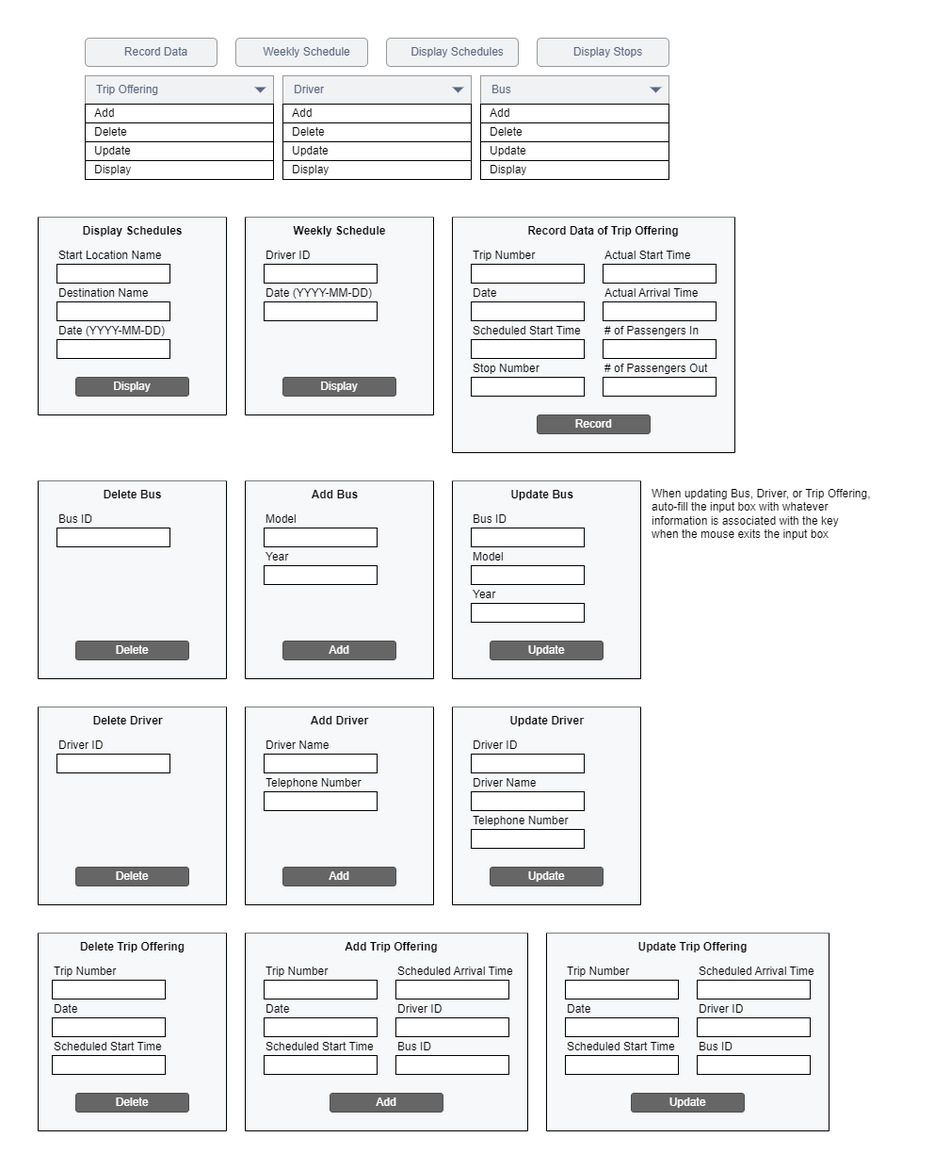
Above: Notes/PTS Storyboard.png in NoleSerrano/Transit-System (draw.io), before the change. Source tidied: cells renumbered, new cells last; positions are measured from the earlier drawing's top-left corner, leaving out a move shared by most shapes.
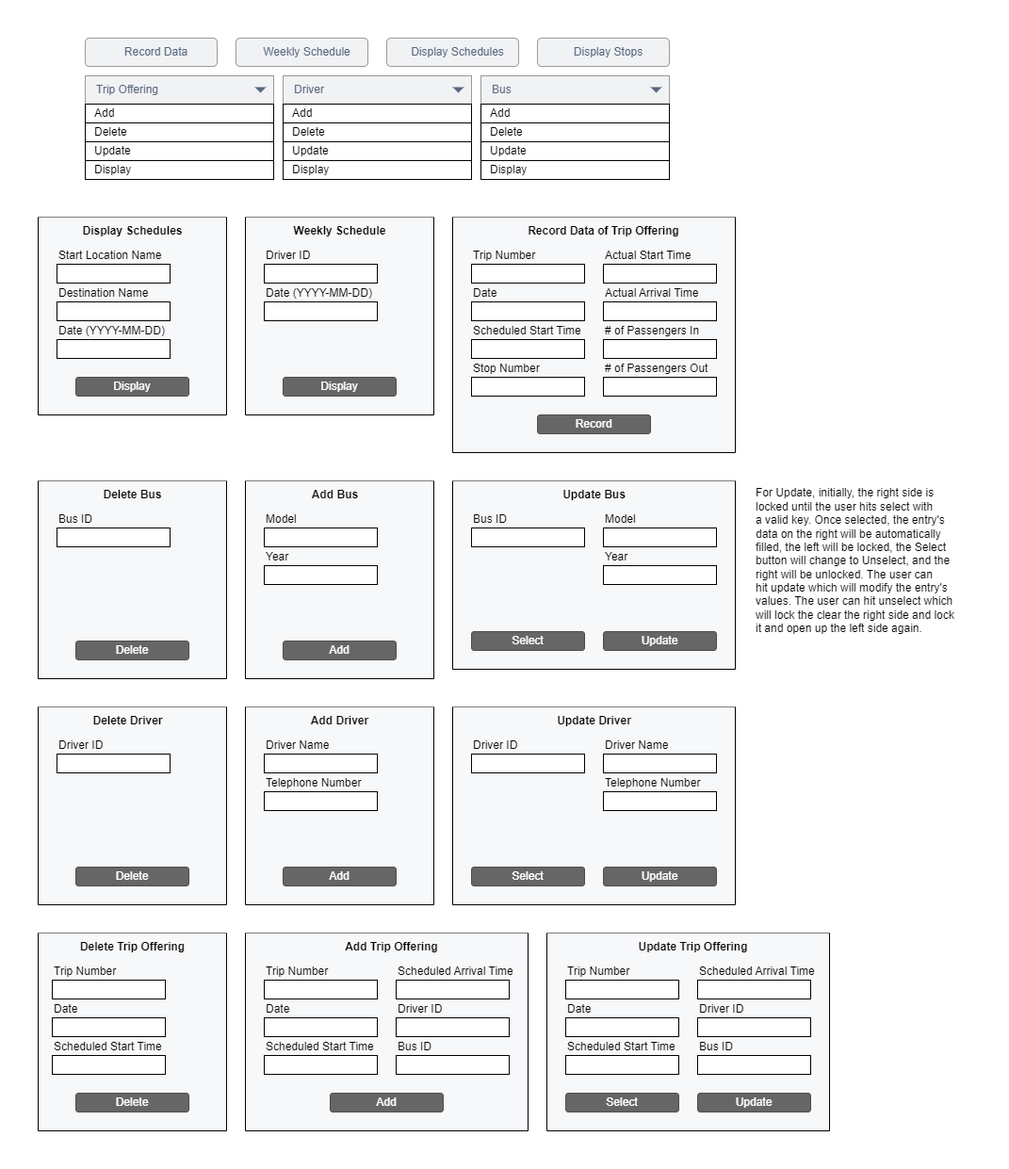
The same file after the commit.

Diff of the diagram source:
```diff
@@ -45,8 +45,11 @@
       <mxGeometry x="160" y="60" width="70" height="30" as="geometry" />
     </mxCell>
     <mxCell id="16" value="Update" style="rounded=1;html=1;shadow=0;dashed=0;whiteSpace=wrap;fontSize=12;fillColor=#666666;align=center;strokeColor=#4D4D4D;fontColor=#ffffff;" parent="2" vertex="1">
-      <mxGeometry x="90" y="170" width="120" height="20" as="geometry" />
+      <mxGeometry x="160" y="170" width="120" height="20" as="geometry" />
     </mxCell>
+    <mxCell id="141" value="Select" style="rounded=1;html=1;shadow=0;dashed=0;whiteSpace=wrap;fontSize=12;fillColor=#666666;align=center;strokeColor=#4D4D4D;fontColor=#ffffff;" parent="2" vertex="1">
+      <mxGeometry x="20" y="170" width="120" height="20" as="geometry" />
+    </mxCell>
     <mxCell id="17" value="Trip Offering" style="rounded=0;fillColor=#F1F2F4;strokeColor=#999999;html=1;fontColor=#596780;align=left;fontSize=12;spacingLeft=10;sketch=0;" parent="1" vertex="1">
       <mxGeometry x="50" y="40" width="200" height="30" as="geometry" />
     </mxCell>
@@ -360,10 +363,10 @@
       <mxGeometry x="90" y="170" width="120" height="20" as="geometry" />
     </mxCell>
     <mxCell id="119" style="swimlane;startSize=0;fontSize=12;swimlaneFillColor=#F7F8FA;" parent="1" vertex="1">
-      <mxGeometry x="440" y="470" width="200" height="210" as="geometry" />
+      <mxGeometry x="440" y="470" width="300" height="200" as="geometry" />
     </mxCell>
     <mxCell id="120" value="Update Bus" style="text;html=1;align=center;verticalAlign=middle;strokeColor=none;fillColor=none;fontSize=12;fontStyle=1;" parent="119" vertex="1">
-      <mxGeometry x="50" width="90" height="30" as="geometry" />
+      <mxGeometry x="105" width="90" height="30" as="geometry" />
     </mxCell>
     <mxCell id="121" value="Bus ID" style="text;html=1;align=left;verticalAlign=bottom;strokeColor=none;fillColor=none;" parent="119" vertex="1">
       <mxGeometry x="20" y="20" width="60" height="30" as="geometry" />
@@ -372,50 +375,53 @@
       <mxGeometry x="20" y="50" width="120" height="20" as="geometry" />
     </mxCell>
     <mxCell id="123" value="Model" style="text;html=1;align=left;verticalAlign=bottom;strokeColor=none;fillColor=none;" parent="119" vertex="1">
-      <mxGeometry x="20" y="60" width="60" height="30" as="geometry" />
+      <mxGeometry x="160" y="20" width="60" height="30" as="geometry" />
     </mxCell>
     <mxCell id="124" style="rounded=0;whiteSpace=wrap;html=1;" parent="119" vertex="1">
-      <mxGeometry x="20" y="90" width="120" height="20" as="geometry" />
+      <mxGeometry x="160" y="50" width="120" height="20" as="geometry" />
     </mxCell>
     <mxCell id="125" value="Year" style="text;html=1;align=left;verticalAlign=bottom;strokeColor=none;fillColor=none;" parent="119" vertex="1">
-      <mxGeometry x="20" y="100" width="50" height="30" as="geometry" />
+      <mxGeometry x="160" y="60" width="50" height="30" as="geometry" />
     </mxCell>
     <mxCell id="126" style="rounded=0;whiteSpace=wrap;html=1;" parent="119" vertex="1">
-      <mxGeometry x="20" y="130" width="120" height="20" as="geometry" />
+      <mxGeometry x="160" y="90" width="120" height="20" as="geometry" />
     </mxCell>
     <mxCell id="127" value="Update" style="rounded=1;html=1;shadow=0;dashed=0;whiteSpace=wrap;fontSize=12;fillColor=#666666;align=center;strokeColor=#4D4D4D;fontColor=#ffffff;" parent="119" vertex="1">
-      <mxGeometry x="40" y="170" width="120" height="20" as="geometry" />
+      <mxGeometry x="160" y="160" width="120" height="20" as="geometry" />
     </mxCell>
+    <mxCell id="142" value="Select" style="rounded=1;html=1;shadow=0;dashed=0;whiteSpace=wrap;fontSize=12;fillColor=#666666;align=center;strokeColor=#4D4D4D;fontColor=#ffffff;" parent="119" vertex="1">
+      <mxGeometry x="20" y="160" width="120" height="20" as="geometry" />
+    </mxCell>
     <mxCell id="128" style="swimlane;startSize=0;fontSize=12;swimlaneFillColor=#F7F8FA;" parent="1" vertex="1">
-      <mxGeometry x="440" y="710" width="200" height="210" as="geometry" />
+      <mxGeometry x="440" y="710" width="300" height="210" as="geometry" />
     </mxCell>
     <mxCell id="129" value="Update Driver" style="text;html=1;align=center;verticalAlign=middle;strokeColor=none;fillColor=none;fontSize=12;fontStyle=1;" parent="128" vertex="1">
-      <mxGeometry x="50" width="100" height="30" as="geometry" />
+      <mxGeometry x="100" width="100" height="30" as="geometry" />
     </mxCell>
     <mxCell id="130" style="rounded=0;whiteSpace=wrap;html=1;" parent="128" vertex="1">
       <mxGeometry x="20" y="50" width="120" height="20" as="geometry" />
     </mxCell>
     <mxCell id="131" value="Driver Name" style="text;html=1;align=left;verticalAlign=bottom;strokeColor=none;fillColor=none;" parent="128" vertex="1">
-      <mxGeometry x="20" y="60" width="90" height="30" as="geometry" />
+      <mxGeometry x="160" y="20" width="90" height="30" as="geometry" />
     </mxCell>
     <mxCell id="132" style="rounded=0;whiteSpace=wrap;html=1;" parent="128" vertex="1">
-      <mxGeometry x="20" y="90" width="120" height="20" as="geometry" />
+      <mxGeometry x="160" y="50" width="120" height="20" as="geometry" />
     </mxCell>
     <mxCell id="133" value="Driver ID" style="text;html=1;align=left;verticalAlign=bottom;strokeColor=none;fillColor=none;fontSize=12;" parent="128" vertex="1">
       <mxGeometry x="20" y="20" width="70" height="30" as="geometry" />
     </mxCell>
     <mxCell id="134" value="Telephone Number" style="text;html=1;align=left;verticalAlign=bottom;strokeColor=none;fillColor=none;" parent="128" vertex="1">
-      <mxGeometry x="20" y="100" width="120" height="30" as="geometry" />
+      <mxGeometry x="160" y="60" width="120" height="30" as="geometry" />
     </mxCell>
     <mxCell id="135" style="rounded=0;whiteSpace=wrap;html=1;" parent="128" vertex="1">
-      <mxGeometry x="20" y="130" width="120" height="20" as="geometry" />
+      <mxGeometry x="160" y="90" width="120" height="20" as="geometry" />
     </mxCell>
     <mxCell id="136" value="Update" style="rounded=1;html=1;shadow=0;dashed=0;whiteSpace=wrap;fontSize=12;fillColor=#666666;align=center;strokeColor=#4D4D4D;fontColor=#ffffff;" parent="128" vertex="1">
-      <mxGeometry x="40" y="170" width="120" height="20" as="geometry" />
+      <mxGeometry x="160" y="170" width="120" height="20" as="geometry" />
     </mxCell>
-    <mxCell id="137" value="When updating Bus, Driver, or Trip Offering,&lt;br&gt;auto-fill the input box with whatever&lt;br&gt;information is associated with the key&lt;br&gt;when the mouse exits the input box" style="text;html=1;align=left;verticalAlign=middle;strokeColor=none;fillColor=none;fontSize=12;" parent="1" vertex="1">
-      <mxGeometry x="650" y="470" width="260" height="70" as="geometry" />
-    </mxCell>
+    <mxCell id="143" value="Select" style="rounded=1;html=1;shadow=0;dashed=0;whiteSpace=wrap;fontSize=12;fillColor=#666666;align=center;strokeColor=#4D4D4D;fontColor=#ffffff;" parent="128" vertex="1">
+      <mxGeometry x="20" y="170" width="120" height="20" as="geometry" />
+    </mxCell>
     <mxCell id="138" value="Weekly Schedule" style="rounded=1;fillColor=#F1F2F4;strokeColor=#999999;html=1;fontColor=#596780;align=center;fontSize=12;spacingLeft=10;sketch=0;" parent="1" vertex="1">
       <mxGeometry x="210" width="140" height="30" as="geometry" />
     </mxCell>
@@ -425,5 +431,8 @@
     <mxCell id="140" value="Display Stops" style="rounded=1;fillColor=#F1F2F4;strokeColor=#999999;html=1;fontColor=#596780;align=center;fontSize=12;spacingLeft=10;sketch=0;" parent="1" vertex="1">
       <mxGeometry x="530" width="140" height="30" as="geometry" />
     </mxCell>
+    <mxCell id="144" value="For Update, initially, the right side is&amp;nbsp;&lt;br&gt;locked until the user hits select with&lt;br&gt;a valid key. Once selected, the entry's&lt;br&gt;data on the right will be automatically&lt;br&gt;filled, the left will be locked, the Select&lt;br&gt;button will change to Unselect, and the&lt;br&gt;right will be unlocked. The user can&lt;br&gt;hit update which will modify the entry's&lt;br&gt;values. The user can hit unselect which&lt;br&gt;will lock the clear the right side and lock&lt;br&gt;it and open up the left side again." style="text;html=1;align=left;verticalAlign=middle;strokeColor=none;fillColor=none;" parent="1" vertex="1">
+      <mxGeometry x="760" y="470" width="230" height="170" as="geometry" />
+    </mxCell>
   </root>
 </mxGraphModel>
```
